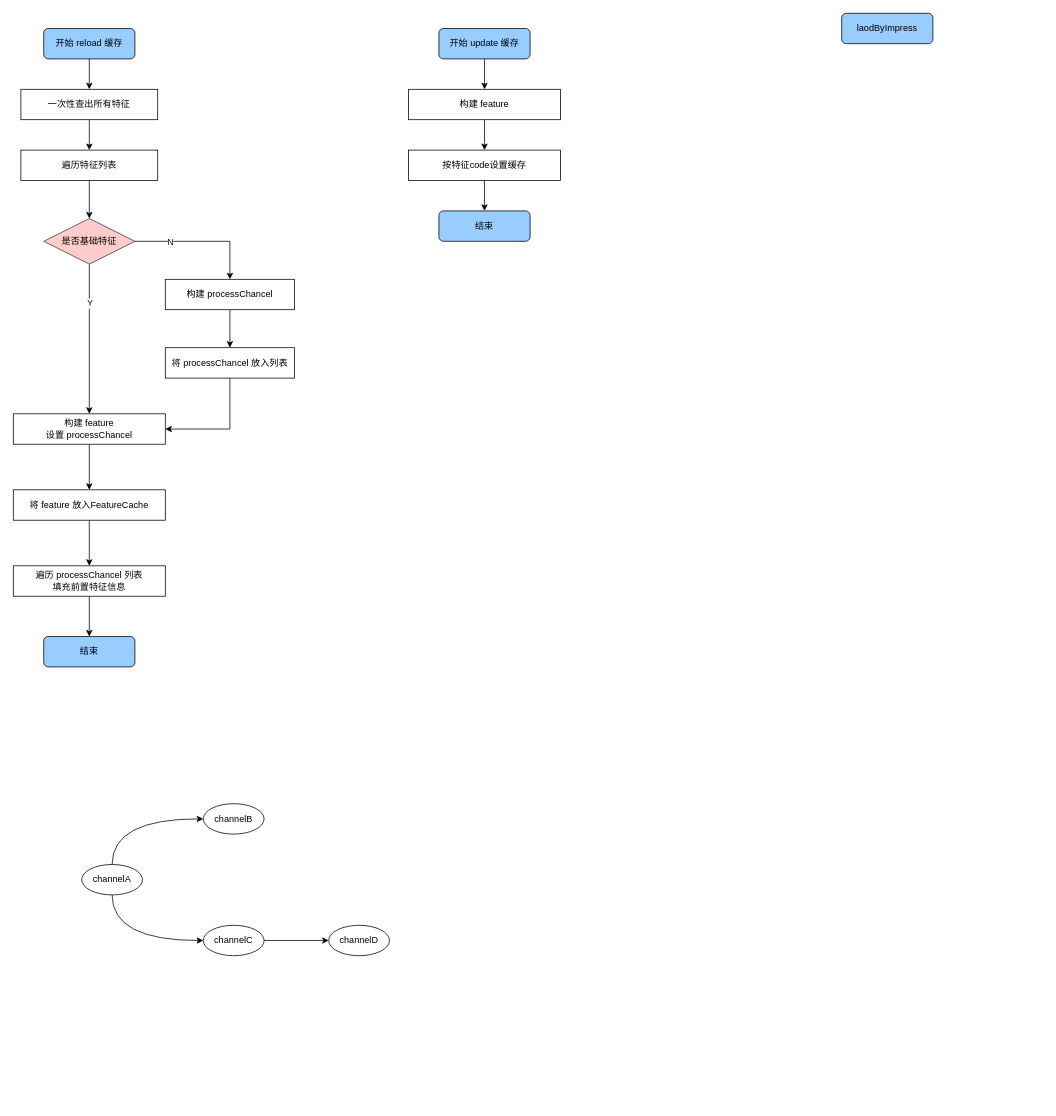
Earlier version of the draw.io diagram feature加载&计算.drawio (999V/draw). Source tidied: cells renumbered, new cells numbered last; positions are measured from the earlier drawing's top-left corner, leaving out a move shared by most shapes. Both pictures are drawn from the tidied source at 76%, with x=0, y=0 at pixel (13, 13).
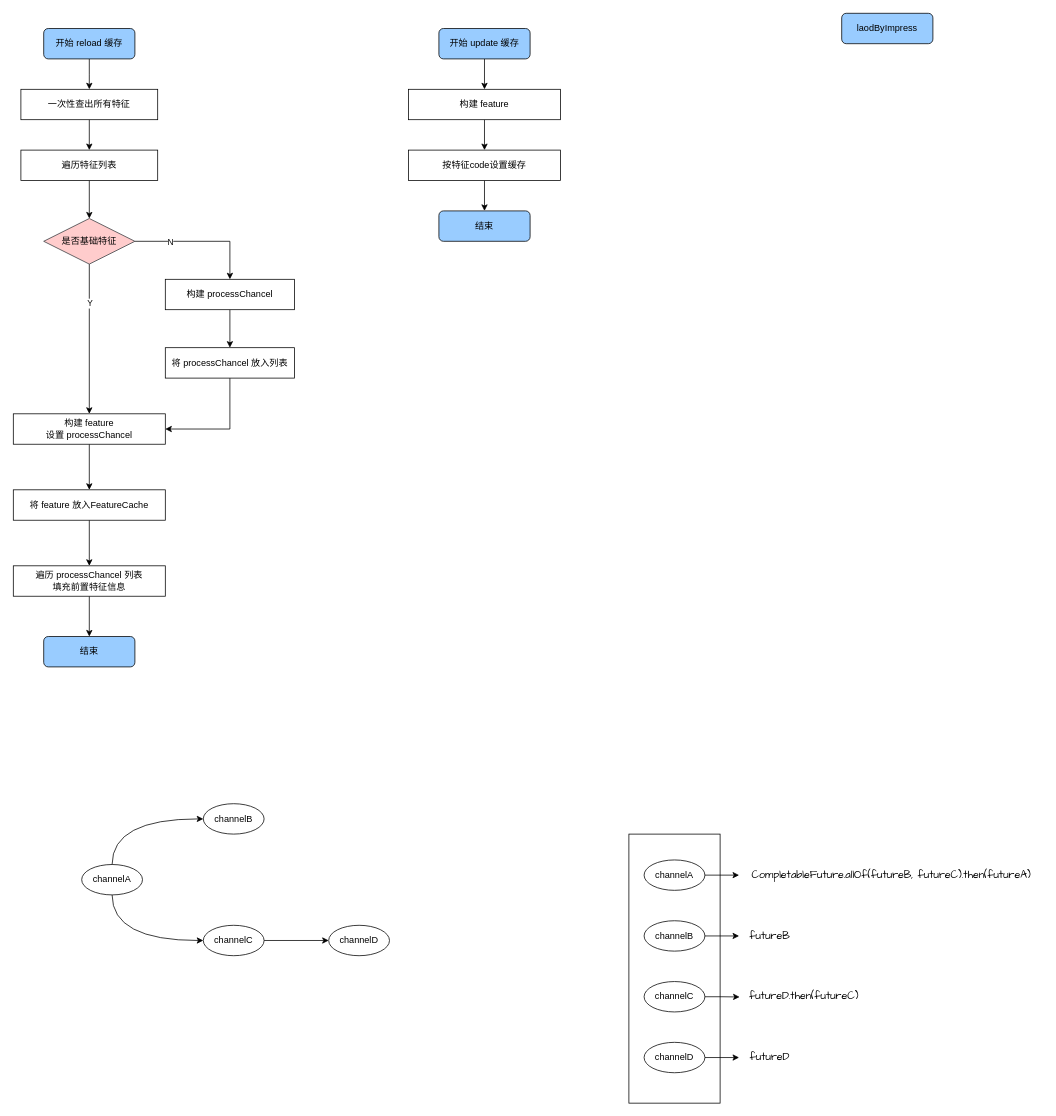
After the change.

Commit message (it also covers changes not shown here):
更新feature加载&计算.drawio

Change to the diagram source:
```diff
@@
+    <mxCell id="39" style="rounded=0;whiteSpace=wrap;html=1;" parent="1" vertex="1">
+      <mxGeometry x="810" y="1080" width="120" height="354" as="geometry" />
+    </mxCell>
@@
+    <mxCell id="40" style="edgeStyle=orthogonalEdgeStyle;rounded=0;jettySize=auto;html=1;exitX=1;exitY=0.5;exitDx=0;exitDy=0;" parent="1" edge="1" source="41" target="47">
+      <mxGeometry relative="1" as="geometry" />
+    </mxCell>
+    <mxCell id="41" value="channelA" style="ellipse;whiteSpace=wrap;html=1;" parent="1" vertex="1">
+      <mxGeometry x="830" y="1114" width="80" height="40" as="geometry" />
+    </mxCell>
+    <mxCell id="42" style="edgeStyle=orthogonalEdgeStyle;rounded=0;jettySize=auto;html=1;exitX=1;exitY=0.5;exitDx=0;exitDy=0;" parent="1" edge="1" source="43" target="48">
+      <mxGeometry relative="1" as="geometry" />
+    </mxCell>
+    <mxCell id="43" value="channelB" style="ellipse;whiteSpace=wrap;html=1;" parent="1" vertex="1">
+      <mxGeometry x="830" y="1194" width="80" height="40" as="geometry" />
+    </mxCell>
+    <mxCell id="44" value="channelC" style="ellipse;whiteSpace=wrap;html=1;" parent="1" vertex="1">
+      <mxGeometry x="830" y="1274" width="80" height="40" as="geometry" />
+    </mxCell>
+    <mxCell id="45" style="edgeStyle=orthogonalEdgeStyle;rounded=0;jettySize=auto;html=1;exitX=1;exitY=0.5;exitDx=0;exitDy=0;" parent="1" edge="1" source="46" target="51">
+      <mxGeometry relative="1" as="geometry" />
+    </mxCell>
+    <mxCell id="46" value="channelD" style="ellipse;whiteSpace=wrap;html=1;" parent="1" vertex="1">
+      <mxGeometry x="830" y="1354" width="80" height="40" as="geometry" />
+    </mxCell>
+    <mxCell id="47" value="&lt;font face=&quot;Comic Sans MS&quot; style=&quot;font-size: 14px;&quot;&gt;CompletableFuture.allOf(&lt;/font&gt;&lt;span style=&quot;font-family: &amp;quot;Comic Sans MS&amp;quot;; font-size: 14px; text-wrap: wrap;&quot;&gt;futureB&lt;/span&gt;&lt;font face=&quot;Comic Sans MS&quot; style=&quot;font-size: 14px;&quot;&gt;&lt;span style=&quot;text-wrap: wrap;&quot;&gt;,&lt;/span&gt;&lt;span style=&quot;text-wrap: wrap;&quot;&gt;&amp;nbsp;futureC&lt;/span&gt;).then(futureA)&lt;/font&gt;" style="text;html=1;align=center;verticalAlign=middle;points=[];strokeColor=none;fillColor=none;" parent="1" vertex="1">
+      <mxGeometry x="955" y="1119" width="400" height="30" as="geometry" />
+    </mxCell>
+    <mxCell id="48" value="&lt;span style=&quot;font-family: &amp;quot;Comic Sans MS&amp;quot;; font-size: 14px; text-wrap: wrap;&quot;&gt;futureB&lt;/span&gt;" style="text;html=1;align=center;verticalAlign=middle;points=[];strokeColor=none;fillColor=none;" parent="1" vertex="1">
+      <mxGeometry x="955" y="1199" width="80" height="30" as="geometry" />
+    </mxCell>
+    <mxCell id="49" value="&lt;font face=&quot;Comic Sans MS&quot; style=&quot;font-size: 14px;&quot;&gt;&lt;span style=&quot;text-wrap: wrap;&quot;&gt;futureD&lt;/span&gt;.then(futureC)&lt;/font&gt;" style="text;html=1;align=center;verticalAlign=middle;points=[];strokeColor=none;fillColor=none;" parent="1" vertex="1">
+      <mxGeometry x="955" y="1279" width="170" height="30" as="geometry" />
+    </mxCell>
+    <mxCell id="50" style="edgeStyle=orthogonalEdgeStyle;rounded=0;jettySize=auto;html=1;exitX=1;exitY=0.5;exitDx=0;exitDy=0;entryX=0.004;entryY=0.51;entryDx=0;entryDy=0;entryPerimeter=0;" parent="1" edge="1" source="44" target="49">
+      <mxGeometry relative="1" as="geometry" />
+    </mxCell>
+    <mxCell id="51" value="&lt;span style=&quot;font-family: &amp;quot;Comic Sans MS&amp;quot;; font-size: 14px; text-wrap: wrap;&quot;&gt;futureD&lt;/span&gt;" style="text;html=1;align=center;verticalAlign=middle;points=[];strokeColor=none;fillColor=none;" parent="1" vertex="1">
+      <mxGeometry x="955" y="1359" width="80" height="30" as="geometry" />
+    </mxCell>
```
